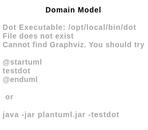
This is docs/sprintC/global-artifacts/02.analysis/svg/project-domain-model.svg from Goncalves2525/real-estate-management-system, a PlantUML export, as it was before one commit.
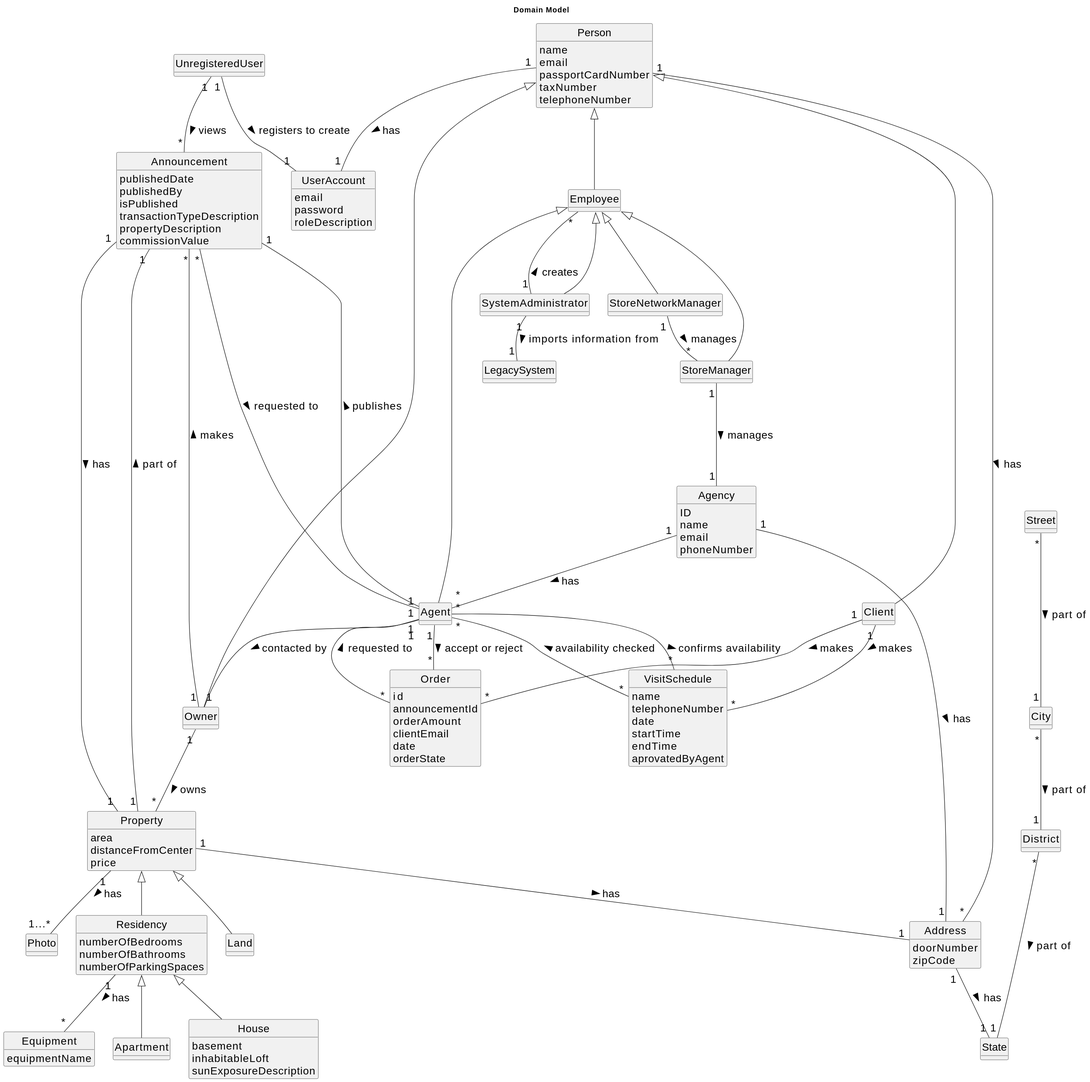
Later version of the same file.

The edit, as a diff of the source:
```diff
@@ -173,4 +173,5 @@
 VisitSchedule "*" -- "*" Agent : availability checked >
 Agent "*" -- "*" VisitSchedule : confirms availability >
 SystemAdministrator "1" -- "1" LegacySystem : imports information from >
+Agent "1" -- "*" Order : accept or reject >
 @enduml
```
